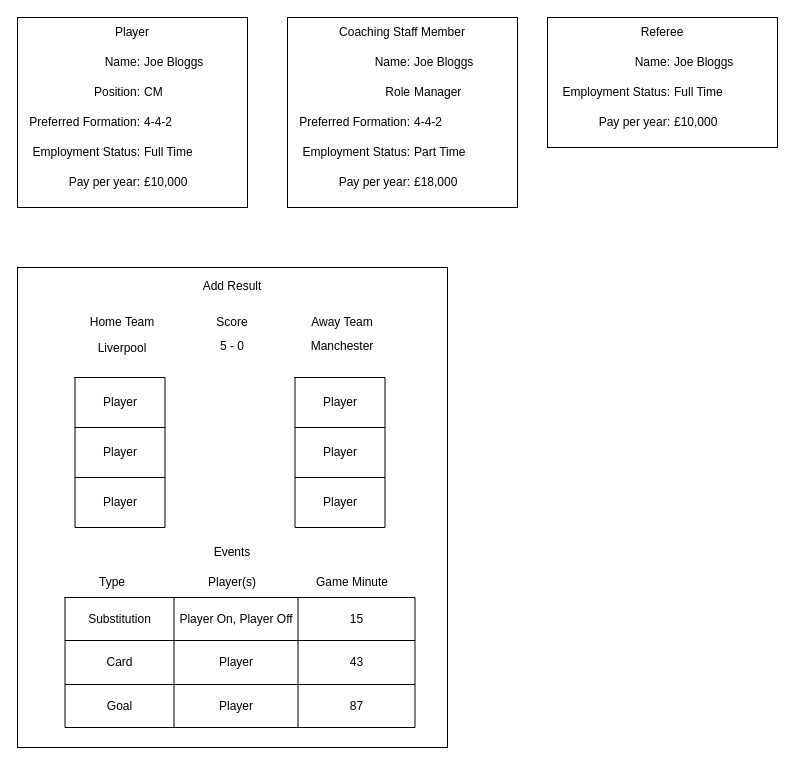
Before: page "Info Dialogs" (8 of 8) of Diagrams.drawio in JackSmith00/FootballManager, a draw.io diagram. Source tidied: cells renumbered, new cells numbered last; positions are measured from the earlier drawing's top-left corner, leaving out a move shared by most shapes. Both pictures are drawn from the tidied source at 100%, with x=0, y=0 at pixel (17, 17).
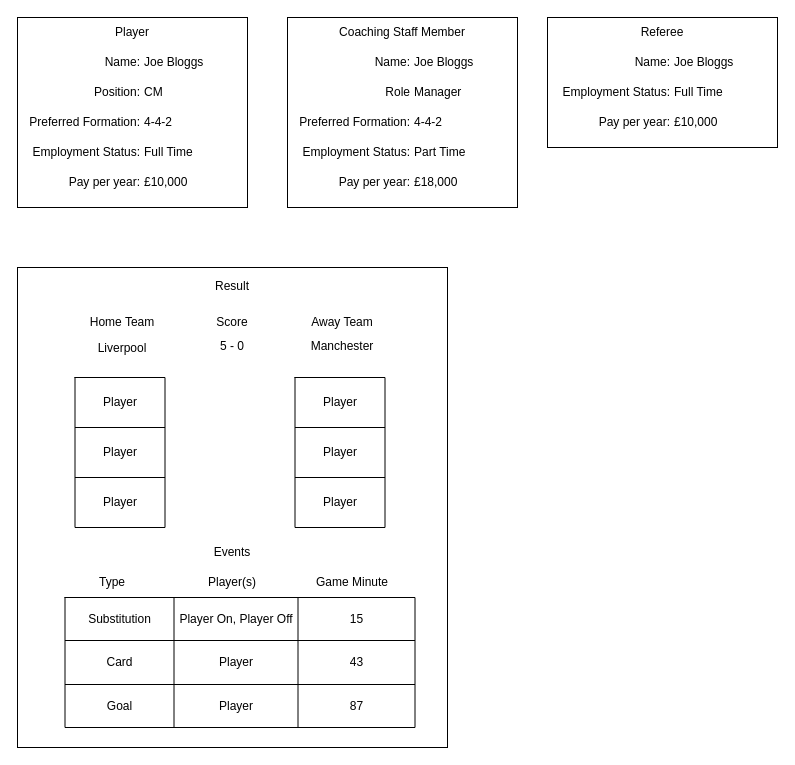
The same diagram, later.

Diff of the diagram source:
```diff
@@
-    <mxCell id="35" value="Add Result" style="text;html=1;strokeColor=none;fillColor=none;align=center;verticalAlign=middle;whiteSpace=wrap;rounded=0;" parent="1" vertex="1">
+    <mxCell id="35" value="Result" style="text;html=1;strokeColor=none;fillColor=none;align=center;verticalAlign=middle;whiteSpace=wrap;rounded=0;" parent="1" vertex="1">
       <mxGeometry x="175" y="254" width="80" height="30" as="geometry" />
     </mxCell>
```
